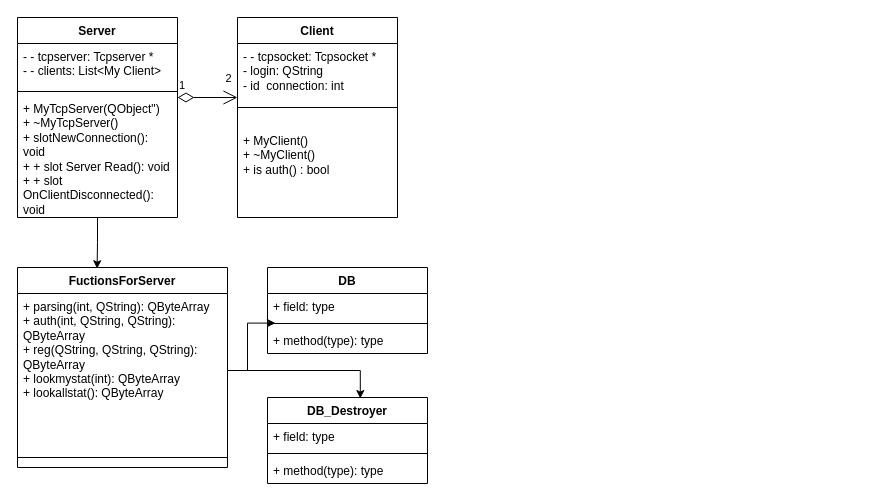
Earlier version of the draw.io diagram Диаграмма.drawio (Galaxy-1337/Project_TMP). Source tidied: cells renumbered, new cells numbered last; positions are measured from the earlier drawing's top-left corner, leaving out a move shared by most shapes. Both pictures are drawn from the tidied source at 100%, with x=0, y=0 at pixel (17, 17).
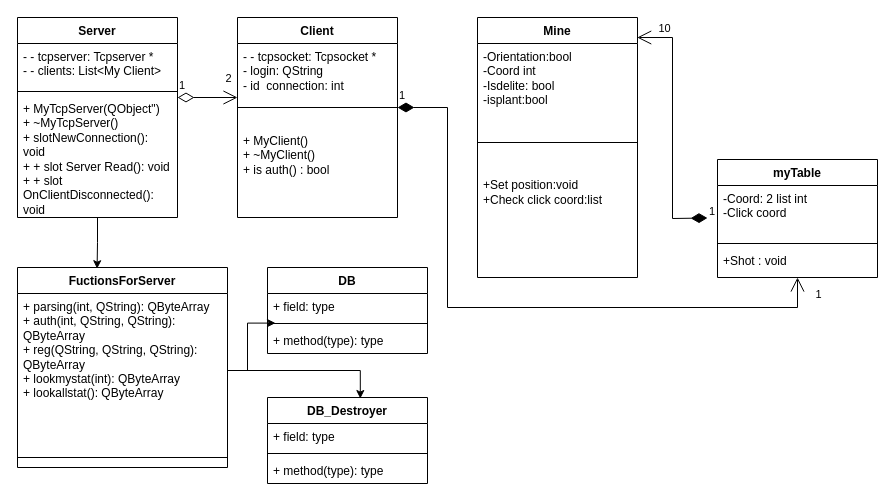
Above is the later version.

Diff of the diagram source:
```diff
@@
+    <mxCell id="26" value="Mine" style="swimlane;fontStyle=1;align=center;verticalAlign=top;horizontal=1;startSize=26;whiteSpace=wrap;html=1;" parent="1" vertex="1">
+      <mxGeometry x="460" width="160" height="260" as="geometry" />
+    </mxCell>
+    <mxCell id="27" value="-Orientation:bool&lt;div&gt;-Coord int&lt;/div&gt;&lt;div&gt;-Isdelite: bool&lt;/div&gt;&lt;div&gt;-isplant:bool&lt;/div&gt;" style="text;strokeColor=none;fillColor=none;align=left;verticalAlign=top;spacingLeft=4;spacingRight=4;overflow=hidden;whiteSpace=wrap;html=1;" parent="26" vertex="1">
+      <mxGeometry y="26" width="160" height="84" as="geometry" />
+    </mxCell>
+    <mxCell id="28" value="1" style="endArrow=open;html=1;endSize=12;startArrow=diamondThin;startSize=14;startFill=1;edgeStyle=orthogonalEdgeStyle;align=left;verticalAlign=bottom;rounded=0;" parent="26" edge="1" target="32">
+      <mxGeometry x="-1" y="3" relative="1" as="geometry">
+        <mxPoint x="-80" y="90" as="sourcePoint" />
+        <Array as="points">
+          <mxPoint x="-30" y="90" />
+          <mxPoint x="-30" y="290" />
+          <mxPoint x="320" y="290" />
+        </Array>
+      </mxGeometry>
+    </mxCell>
+    <mxCell id="29" value="1" style="edgeLabel;html=1;align=center;verticalAlign=middle;" parent="28" vertex="1">
+      <mxGeometry x="0.84" relative="1" as="geometry">
+        <mxPoint x="40" y="-14" as="offset" />
+      </mxGeometry>
+    </mxCell>
+    <mxCell id="30" style="line;strokeWidth=1;fillColor=none;align=left;verticalAlign=middle;spacingTop=-1;spacingLeft=3;spacingRight=3;labelPosition=right;strokeColor=inherit;" parent="26" vertex="1">
+      <mxGeometry y="110" width="160" height="30" as="geometry" />
+    </mxCell>
+    <mxCell id="31" value="&lt;br&gt;&lt;div&gt;+Set position:void&lt;/div&gt;&lt;div&gt;+Check click coord:list&lt;/div&gt;" style="text;strokeColor=none;fillColor=none;align=left;verticalAlign=top;spacingLeft=4;spacingRight=4;overflow=hidden;whiteSpace=wrap;html=1;" parent="26" vertex="1">
+      <mxGeometry y="140" width="160" height="120" as="geometry" />
+    </mxCell>
+    <mxCell id="32" value="myTable" style="swimlane;fontStyle=1;align=center;verticalAlign=top;horizontal=1;startSize=26;whiteSpace=wrap;html=1;" parent="1" vertex="1">
+      <mxGeometry x="700" y="142" width="160" height="118" as="geometry" />
+    </mxCell>
+    <mxCell id="33" value="-Coord: 2 list int&lt;div&gt;-Click coord&lt;/div&gt;" style="text;strokeColor=none;fillColor=none;align=left;verticalAlign=top;spacingLeft=4;spacingRight=4;overflow=hidden;whiteSpace=wrap;html=1;" parent="32" vertex="1">
+      <mxGeometry y="26" width="160" height="54" as="geometry" />
+    </mxCell>
+    <mxCell id="34" value="1" style="endArrow=open;html=1;endSize=12;startArrow=diamondThin;startSize=14;startFill=1;edgeStyle=orthogonalEdgeStyle;align=left;verticalAlign=bottom;rounded=0;entryX=0.998;entryY=0.077;entryDx=0;entryDy=0;entryPerimeter=0;" parent="32" edge="1" target="26">
+      <mxGeometry x="-1" y="3" relative="1" as="geometry">
+        <mxPoint x="-10" y="58.5" as="sourcePoint" />
+      </mxGeometry>
+    </mxCell>
+    <mxCell id="35" value="10" style="edgeLabel;html=1;align=center;verticalAlign=middle;" parent="34" vertex="1">
+      <mxGeometry x="0.79" y="2" relative="1" as="geometry">
+        <mxPoint y="-12" as="offset" />
+      </mxGeometry>
+    </mxCell>
+    <mxCell id="36" style="line;strokeWidth=1;fillColor=none;align=left;verticalAlign=middle;spacingTop=-1;spacingLeft=3;spacingRight=3;labelPosition=right;strokeColor=inherit;" parent="32" vertex="1">
+      <mxGeometry y="80" width="160" height="8" as="geometry" />
+    </mxCell>
+    <mxCell id="37" value="+Shot : void" style="text;strokeColor=none;fillColor=none;align=left;verticalAlign=top;spacingLeft=4;spacingRight=4;overflow=hidden;whiteSpace=wrap;html=1;" parent="32" vertex="1">
+      <mxGeometry y="88" width="160" height="30" as="geometry" />
+    </mxCell>
```
